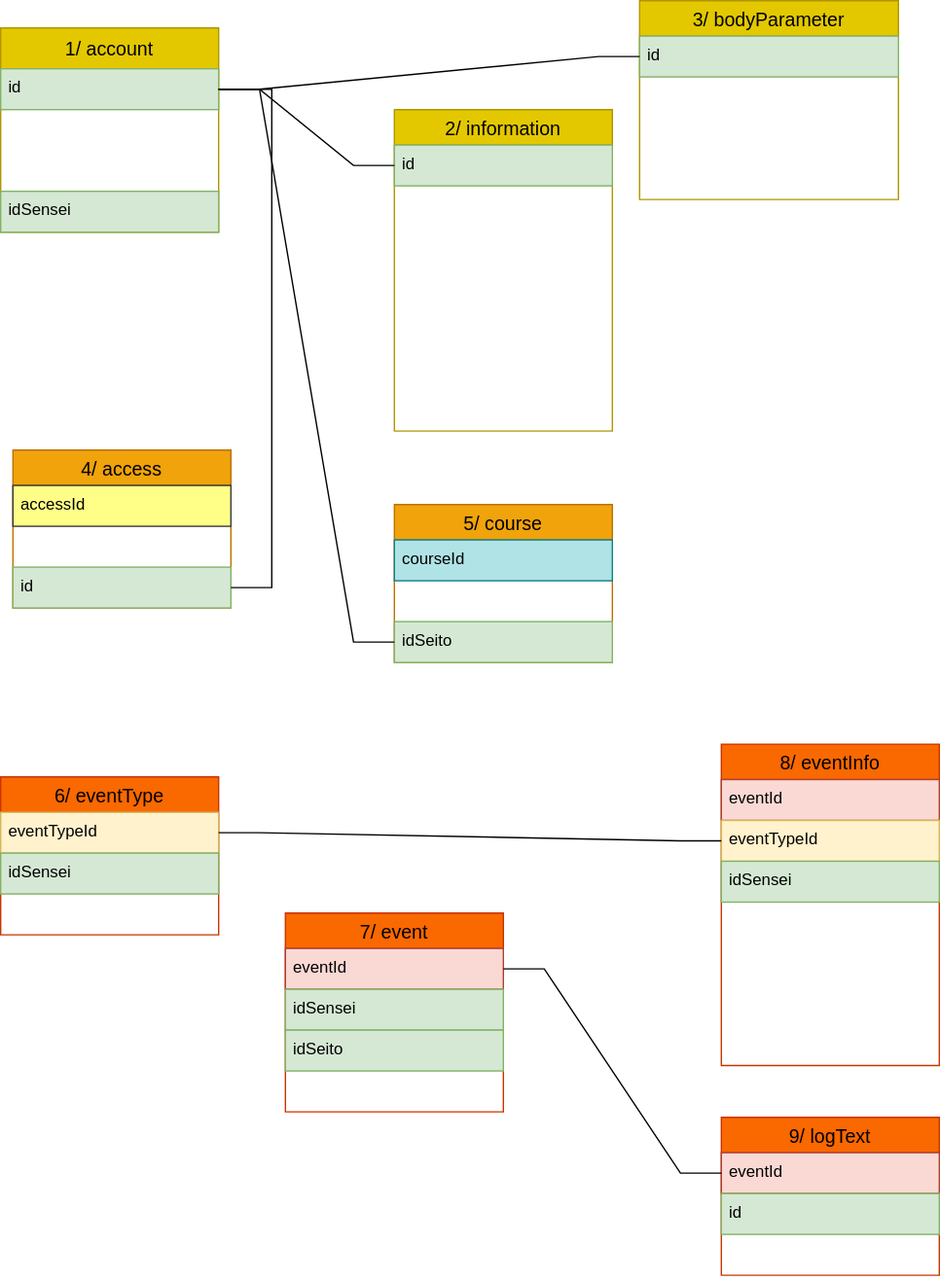
Earlier version of the draw.io export database/データベースの構造.drawio.svg (Yoshiki217/traning). Source tidied: cells renumbered, new cells last; positions are measured from the earlier drawing's top-left corner, leaving out a move shared by most shapes.
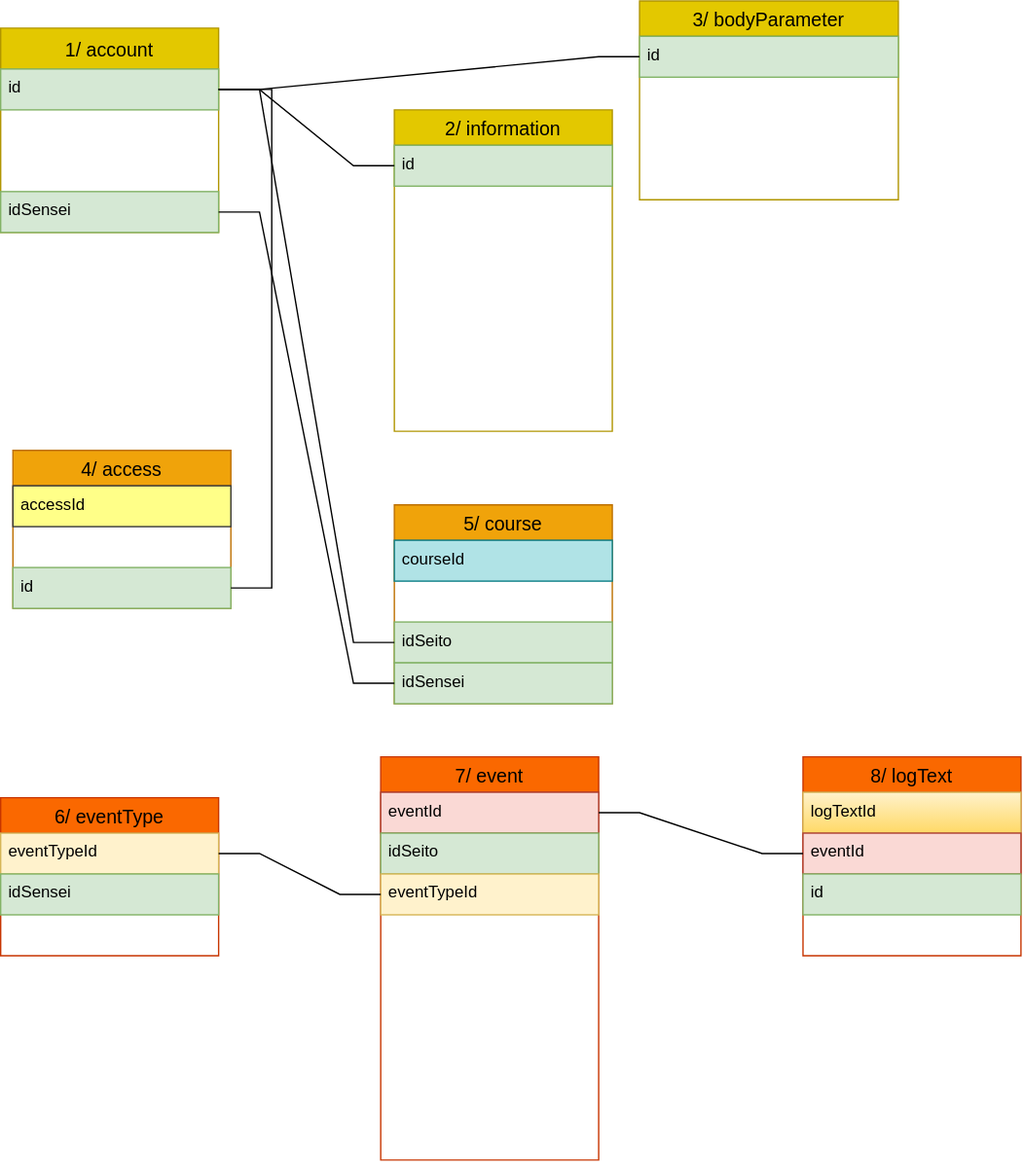
The same file after the commit.

Diff of the diagram source:
```diff
@@ -69,7 +69,7 @@
       <mxGeometry y="86" width="160" height="30" as="geometry" />
     </mxCell>
     <mxCell id="24" value="5/ course" style="swimlane;fontStyle=0;horizontal=1;startSize=26;align=center;fontSize=14;fillColor=#f0a30a;fontColor=#000000;strokeColor=#BD7000;" parent="1" vertex="1">
-      <mxGeometry x="289" y="370" width="160" height="116" as="geometry" />
+      <mxGeometry x="289" y="370" width="160" height="146" as="geometry" />
     </mxCell>
     <mxCell id="25" value="courseId " style="text;spacingLeft=4;spacingRight=4;overflow=hidden;fontSize=12;fillColor=#b0e3e6;strokeColor=#0e8088;fontColor=#000000;" parent="24" vertex="1">
       <mxGeometry y="26" width="160" height="30" as="geometry" />
@@ -80,6 +80,9 @@
     <mxCell id="27" value="idSeito" style="text;strokeColor=#82b366;fillColor=#d5e8d4;spacingLeft=4;spacingRight=4;overflow=hidden;points=[[0,0.5],[1,0.5]];portConstraint=eastwest;fontSize=12;fontColor=#000000;" parent="24" vertex="1">
       <mxGeometry y="86" width="160" height="30" as="geometry" />
     </mxCell>
+    <mxCell id="55" value="idSensei" style="text;strokeColor=#82b366;fillColor=#d5e8d4;spacingLeft=4;spacingRight=4;overflow=hidden;points=[[0,0.5],[1,0.5]];portConstraint=eastwest;fontSize=12;fontColor=#000000;" parent="24" vertex="1">
+      <mxGeometry y="116" width="160" height="30" as="geometry" />
+    </mxCell>
     <mxCell id="28" style="edgeStyle=entityRelationEdgeStyle;fontSize=12;html=1;endArrow=none;rounded=0;fontColor=#FFFFFF;endFill=0;" parent="1" edge="1" source="16" target="3">
       <mxGeometry relative="1" as="geometry" />
     </mxCell>
@@ -87,46 +90,37 @@
       <mxGeometry relative="1" as="geometry" />
     </mxCell>
     <mxCell id="30" value="7/ event" style="swimlane;fontStyle=0;horizontal=1;startSize=26;align=center;fontSize=14;fillColor=#fa6800;fontColor=#000000;strokeColor=#C73500;" parent="1" vertex="1">
-      <mxGeometry x="209" y="670" width="160" height="146" as="geometry" />
+      <mxGeometry x="279" y="555" width="160" height="296" as="geometry" />
     </mxCell>
     <mxCell id="31" value="eventId" style="text;strokeColor=#ae4132;fillColor=#fad9d5;spacingLeft=4;spacingRight=4;overflow=hidden;points=[[0,0.5],[1,0.5]];portConstraint=eastwest;fontSize=12;fontColor=#000000;" parent="30" vertex="1">
       <mxGeometry y="26" width="160" height="30" as="geometry" />
     </mxCell>
-    <mxCell id="32" value="idSensei" style="text;strokeColor=#82b366;fillColor=#d5e8d4;spacingLeft=4;spacingRight=4;overflow=hidden;fontSize=12;fontColor=#000000;" parent="30" vertex="1">
-      <mxGeometry y="56" width="160" height="30" as="geometry" />
-    </mxCell>
     <mxCell id="33" value="idSeito" style="text;strokeColor=#82b366;fillColor=#d5e8d4;spacingLeft=4;spacingRight=4;overflow=hidden;fontSize=12;fontColor=#000000;" parent="30" vertex="1">
-      <mxGeometry y="86" width="160" height="30" as="geometry" />
+      <mxGeometry y="56" width="160" height="30" as="geometry" />
     </mxCell>
+    <mxCell id="37" value="eventTypeId" style="text;strokeColor=#d6b656;fillColor=#fff2cc;spacingLeft=4;spacingRight=4;overflow=hidden;points=[[0,0.5],[1,0.5]];portConstraint=eastwest;fontSize=12;fontColor=#000000;" parent="30" vertex="1">
+      <mxGeometry y="86" width="160" height="30" as="geometry" />
+    </mxCell>
     <mxCell id="34" value="eventName" style="text;strokeColor=none;fillColor=none;spacingLeft=4;spacingRight=4;overflow=hidden;fontSize=12;fontColor=#FFFFFF;" parent="30" vertex="1">
       <mxGeometry y="116" width="160" height="30" as="geometry" />
     </mxCell>
-    <mxCell id="35" value="8/ eventInfo" style="swimlane;fontStyle=0;horizontal=1;startSize=26;align=center;fontSize=14;fillColor=#fa6800;fontColor=#000000;strokeColor=#C73500;" parent="1" vertex="1">
-      <mxGeometry x="529" y="546" width="160" height="236" as="geometry" />
-    </mxCell>
-    <mxCell id="36" value="eventId" style="text;strokeColor=#ae4132;fillColor=#fad9d5;spacingLeft=4;spacingRight=4;overflow=hidden;fontSize=12;fontColor=#000000;" parent="35" vertex="1">
-      <mxGeometry y="26" width="160" height="30" as="geometry" />
-    </mxCell>
-    <mxCell id="37" value="eventTypeId" style="text;strokeColor=#d6b656;fillColor=#fff2cc;spacingLeft=4;spacingRight=4;overflow=hidden;points=[[0,0.5],[1,0.5]];portConstraint=eastwest;fontSize=12;fontColor=#000000;" parent="35" vertex="1">
-      <mxGeometry y="56" width="160" height="30" as="geometry" />
-    </mxCell>
-    <mxCell id="38" value="idSensei" style="text;strokeColor=#82b366;fillColor=#d5e8d4;spacingLeft=4;spacingRight=4;overflow=hidden;fontSize=12;fontColor=#000000;" parent="35" vertex="1">
-      <mxGeometry y="86" width="160" height="30" as="geometry" />
-    </mxCell>
-    <mxCell id="39" value="eventWeightAmount" style="text;strokeColor=none;fillColor=none;spacingLeft=4;spacingRight=4;overflow=hidden;fontSize=12;fontColor=#FFFFFF;" parent="35" vertex="1">
-      <mxGeometry y="116" width="160" height="30" as="geometry" />
+    <mxCell id="39" value="eventWeightAmount" style="text;strokeColor=none;fillColor=none;spacingLeft=4;spacingRight=4;overflow=hidden;fontSize=12;fontColor=#FFFFFF;" parent="30" vertex="1">
+      <mxGeometry y="146" width="160" height="30" as="geometry" />
     </mxCell>
-    <mxCell id="40" value="eventWeightUnit" style="text;strokeColor=none;fillColor=none;spacingLeft=4;spacingRight=4;overflow=hidden;fontSize=12;fontColor=#FFFFFF;" parent="35" vertex="1">
-      <mxGeometry y="146" width="160" height="30" as="geometry" />
+    <mxCell id="40" value="eventWeightUnit" style="text;strokeColor=none;fillColor=none;spacingLeft=4;spacingRight=4;overflow=hidden;fontSize=12;fontColor=#FFFFFF;" parent="30" vertex="1">
+      <mxGeometry y="176" width="160" height="30" as="geometry" />
     </mxCell>
-    <mxCell id="41" value="eventTimesAmount" style="text;strokeColor=none;fillColor=none;spacingLeft=4;spacingRight=4;overflow=hidden;fontSize=12;fontColor=#FFFFFF;" parent="35" vertex="1">
-      <mxGeometry y="176" width="160" height="30" as="geometry" />
+    <mxCell id="41" value="eventTimesAmount" style="text;strokeColor=none;fillColor=none;spacingLeft=4;spacingRight=4;overflow=hidden;fontSize=12;fontColor=#FFFFFF;" parent="30" vertex="1">
+      <mxGeometry y="206" width="160" height="30" as="geometry" />
     </mxCell>
-    <mxCell id="42" value="eventTimesUnit" style="text;strokeColor=none;fillColor=none;spacingLeft=4;spacingRight=4;overflow=hidden;fontSize=12;fontColor=#FFFFFF;" parent="35" vertex="1">
-      <mxGeometry y="206" width="160" height="30" as="geometry" />
+    <mxCell id="42" value="eventTimesUnit" style="text;strokeColor=none;fillColor=none;spacingLeft=4;spacingRight=4;overflow=hidden;fontSize=12;fontColor=#FFFFFF;" parent="30" vertex="1">
+      <mxGeometry y="236" width="160" height="30" as="geometry" />
     </mxCell>
+    <mxCell id="56" value="date" style="text;strokeColor=none;fillColor=none;spacingLeft=4;spacingRight=4;overflow=hidden;fontSize=12;fontColor=#FFFFFF;" parent="30" vertex="1">
+      <mxGeometry y="266" width="160" height="30" as="geometry" />
+    </mxCell>
     <mxCell id="43" value="6/ eventType" style="swimlane;fontStyle=0;horizontal=1;startSize=26;align=center;fontSize=14;fillColor=#fa6800;fontColor=#000000;strokeColor=#C73500;" parent="1" vertex="1">
-      <mxGeometry y="570" width="160" height="116" as="geometry" />
+      <mxGeometry y="585" width="160" height="116" as="geometry" />
     </mxCell>
     <mxCell id="44" value="eventTypeId" style="text;strokeColor=#d6b656;fillColor=#fff2cc;spacingLeft=4;spacingRight=4;overflow=hidden;points=[[0,0.5],[1,0.5]];portConstraint=eastwest;fontSize=12;fontColor=#000000;" parent="43" vertex="1">
       <mxGeometry y="26" width="160" height="30" as="geometry" />
@@ -137,17 +131,20 @@
     <mxCell id="46" value="eventTypeName" style="text;strokeColor=none;fillColor=none;spacingLeft=4;spacingRight=4;overflow=hidden;fontSize=12;fontColor=#FFFFFF;" parent="43" vertex="1">
       <mxGeometry y="86" width="160" height="30" as="geometry" />
     </mxCell>
-    <mxCell id="47" value="9/ logText" style="swimlane;fontStyle=0;horizontal=1;startSize=26;align=center;fontSize=14;fillColor=#fa6800;fontColor=#000000;strokeColor=#C73500;" parent="1" vertex="1">
-      <mxGeometry x="529" y="820" width="160" height="116" as="geometry" />
+    <mxCell id="47" value="8/ logText" style="swimlane;fontStyle=0;horizontal=1;startSize=26;align=center;fontSize=14;fillColor=#fa6800;fontColor=#000000;strokeColor=#C73500;" parent="1" vertex="1">
+      <mxGeometry x="589" y="555" width="160" height="146" as="geometry" />
     </mxCell>
+    <mxCell id="57" value="logTextId" style="text;strokeColor=#d6b656;fillColor=#fff2cc;spacingLeft=4;spacingRight=4;overflow=hidden;fontSize=12;gradientColor=#ffd966;fontColor=#000000;" parent="47" vertex="1">
+      <mxGeometry y="26" width="160" height="30" as="geometry" />
+    </mxCell>
     <mxCell id="48" value="eventId" style="text;strokeColor=#ae4132;fillColor=#fad9d5;spacingLeft=4;spacingRight=4;overflow=hidden;points=[[0,0.5],[1,0.5]];portConstraint=eastwest;fontSize=12;fontColor=#000000;" parent="47" vertex="1">
-      <mxGeometry y="26" width="160" height="30" as="geometry" />
+      <mxGeometry y="56" width="160" height="30" as="geometry" />
     </mxCell>
     <mxCell id="49" value="id" style="text;strokeColor=#82b366;fillColor=#d5e8d4;spacingLeft=4;spacingRight=4;overflow=hidden;fontSize=12;fontColor=#000000;" parent="47" vertex="1">
-      <mxGeometry y="56" width="160" height="30" as="geometry" />
+      <mxGeometry y="86" width="160" height="30" as="geometry" />
     </mxCell>
     <mxCell id="50" value="logText" style="text;strokeColor=none;fillColor=none;spacingLeft=4;spacingRight=4;overflow=hidden;fontSize=12;fontColor=#FFFFFF;" parent="47" vertex="1">
-      <mxGeometry y="86" width="160" height="30" as="geometry" />
+      <mxGeometry y="116" width="160" height="30" as="geometry" />
     </mxCell>
     <mxCell id="51" style="edgeStyle=entityRelationEdgeStyle;fontSize=12;html=1;endArrow=none;rounded=0;fontColor=#FFFFFF;endFill=0;" parent="1" edge="1" source="44" target="37">
       <mxGeometry relative="1" as="geometry" />
@@ -161,5 +158,8 @@
     <mxCell id="54" style="edgeStyle=entityRelationEdgeStyle;fontSize=12;html=1;endArrow=none;rounded=0;fontColor=#FFFFFF;endFill=0;entryX=0;entryY=0.5;entryDx=0;entryDy=0;" parent="1" edge="1" source="16" target="27">
       <mxGeometry relative="1" as="geometry" />
     </mxCell>
+    <mxCell id="58" style="edgeStyle=entityRelationEdgeStyle;fontSize=12;html=1;endArrow=none;rounded=0;fontColor=#FFFFFF;endFill=0;entryX=0;entryY=0.5;entryDx=0;entryDy=0;" parent="1" edge="1" source="19" target="55">
+      <mxGeometry relative="1" as="geometry" />
+    </mxCell>
   </root>
 </mxGraphModel>
```
